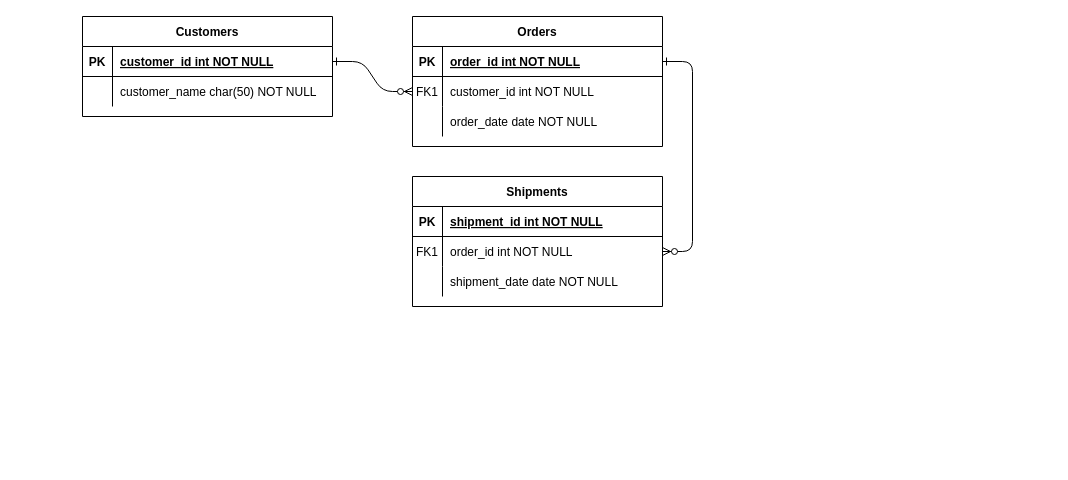
Before: Untitled Diagram.drawio in yuriykis/family_budget, a draw.io diagram. Source tidied: cells renumbered, new cells numbered last; positions are measured from the earlier drawing's top-left corner, leaving out a move shared by most shapes. Both pictures are drawn from the tidied source at 100%, with x=0, y=0 at pixel (82, 16).
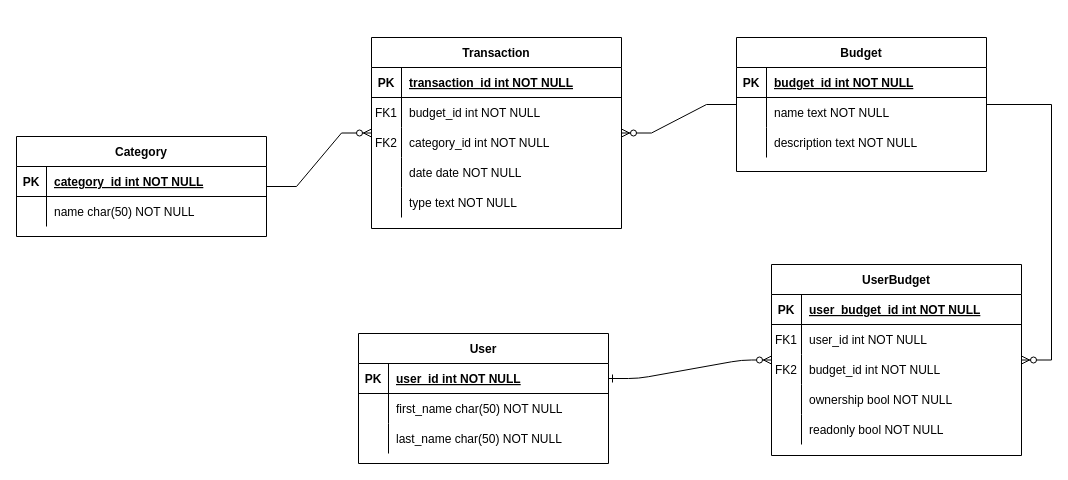
The same page after the edit.

Unchanged cells that the change refers to:
```xml
<mxCell id="5" style="shape=partialRectangle;fillColor=none;points=[[0,0.5],[1,0.5]];portConstraint=eastwest;top=0;left=0;right=0;bottom=1;" parent="4" vertex="1">
  <mxGeometry y="30" width="250" height="30" as="geometry" />
</mxCell>
<mxCell id="8" style="shape=partialRectangle;fillColor=none;points=[[0,0.5],[1,0.5]];portConstraint=eastwest;top=0;left=0;right=0;bottom=0;" parent="4" vertex="1">
  <mxGeometry y="60" width="250" height="30" as="geometry" />
</mxCell>
<mxCell id="25" style="shape=partialRectangle;fillColor=none;points=[[0,0.5],[1,0.5]];portConstraint=eastwest;top=0;left=0;right=0;bottom=1;" parent="24" vertex="1">
  <mxGeometry y="30" width="250" height="30" as="geometry" />
</mxCell>
<mxCell id="28" style="shape=partialRectangle;fillColor=none;top=0;left=0;right=0;bottom=0;" parent="24" vertex="1">
  <mxGeometry y="60" width="250" height="30" as="geometry" />
</mxCell>
```

The edit, as a diff of the source:
```diff
@@
-    <mxCell id="2" style="edgeStyle=entityRelationEdgeStyle;endArrow=ERzeroToMany;startArrow=ERone;endFill=1;startFill=0;" parent="1" edge="1" source="25" target="8">
+    <mxCell id="2" style="edgeStyle=entityRelationEdgeStyle;endArrow=ERzeroToMany;startArrow=ERone;endFill=1;startFill=0;" parent="1" edge="1" source="25" target="59">
       <mxGeometry relative="1" as="geometry" />
     </mxCell>
-    <mxCell id="3" style="edgeStyle=entityRelationEdgeStyle;endArrow=ERzeroToMany;startArrow=ERone;endFill=1;startFill=0;" parent="1" edge="1" source="5" target="18">
-      <mxGeometry relative="1" as="geometry" />
-    </mxCell>
-    <mxCell id="4" value="Orders" style="shape=table;startSize=30;childLayout=tableLayout;rowLines=0;fontStyle=1;align=center;" parent="1" vertex="1">
-      <mxGeometry x="330" width="250" height="130" as="geometry" />
+    <mxCell id="4" value="Transaction" style="shape=table;startSize=30;childLayout=tableLayout;rowLines=0;fontStyle=1;align=center;" parent="1" vertex="1">
+      <mxGeometry x="289" y="21" width="250" height="191" as="geometry" />
     </mxCell>
@@
-    <mxCell id="7" value="order_id int NOT NULL " style="shape=partialRectangle;overflow=hidden;fillColor=none;top=0;left=0;bottom=0;right=0;align=left;spacingLeft=6;fontStyle=5;" parent="5" vertex="1">
+    <mxCell id="7" value="transaction_id int NOT NULL " style="shape=partialRectangle;overflow=hidden;fillColor=none;top=0;left=0;bottom=0;right=0;align=left;spacingLeft=6;fontStyle=5;" parent="5" vertex="1">
       <mxGeometry x="30" width="220" height="30" as="geometry" />
     </mxCell>
@@
-    <mxCell id="10" value="customer_id int NOT NULL" style="shape=partialRectangle;overflow=hidden;fillColor=none;top=0;left=0;bottom=0;right=0;align=left;spacingLeft=6;" parent="8" vertex="1">
+    <mxCell id="10" value="budget_id int NOT NULL" style="shape=partialRectangle;overflow=hidden;fillColor=none;top=0;left=0;bottom=0;right=0;align=left;spacingLeft=6;" parent="8" vertex="1">
       <mxGeometry x="30" width="220" height="30" as="geometry" />
     </mxCell>
+    <mxCell id="31" style="shape=partialRectangle;fillColor=none;top=0;left=0;right=0;bottom=0;" parent="4" vertex="1">
+      <mxGeometry y="90" width="250" height="30" as="geometry" />
+    </mxCell>
+    <mxCell id="32" value="FK2" style="shape=partialRectangle;overflow=hidden;fillColor=none;top=0;left=0;bottom=0;right=0;" parent="31" vertex="1">
+      <mxGeometry width="30" height="30" as="geometry" />
+    </mxCell>
+    <mxCell id="33" value="category_id int NOT NULL" style="shape=partialRectangle;overflow=hidden;fillColor=none;top=0;left=0;bottom=0;right=0;align=left;spacingLeft=6;" parent="31" vertex="1">
+      <mxGeometry x="30" width="220" height="30" as="geometry" />
+    </mxCell>
+    <mxCell id="34" style="shape=partialRectangle;fillColor=none;top=0;left=0;right=0;bottom=0;" parent="4" vertex="1">
+      <mxGeometry y="120" width="250" height="30" as="geometry" />
+    </mxCell>
+    <mxCell id="35" style="shape=partialRectangle;overflow=hidden;fillColor=none;top=0;left=0;bottom=0;right=0;" parent="34" vertex="1">
+      <mxGeometry width="30" height="30" as="geometry" />
+    </mxCell>
+    <mxCell id="36" value="date date NOT NULL" style="shape=partialRectangle;overflow=hidden;fillColor=none;top=0;left=0;bottom=0;right=0;align=left;spacingLeft=6;" parent="34" vertex="1">
+      <mxGeometry x="30" width="220" height="30" as="geometry" />
+    </mxCell>
     <mxCell id="11" style="shape=partialRectangle;fillColor=none;top=0;left=0;right=0;bottom=0;" parent="4" vertex="1">
-      <mxGeometry y="90" width="250" height="30" as="geometry" />
+      <mxGeometry y="150" width="250" height="30" as="geometry" />
     </mxCell>
@@
-    <mxCell id="13" value="order_date date NOT NULL" style="shape=partialRectangle;overflow=hidden;fillColor=none;top=0;left=0;bottom=0;right=0;align=left;spacingLeft=6;" parent="11" vertex="1">
+    <mxCell id="13" value="type text NOT NULL" style="shape=partialRectangle;overflow=hidden;fillColor=none;top=0;left=0;bottom=0;right=0;align=left;spacingLeft=6;" parent="11" vertex="1">
       <mxGeometry x="30" width="220" height="30" as="geometry" />
     </mxCell>
-    <mxCell id="14" value="Shipments" style="shape=table;startSize=30;childLayout=tableLayout;rowLines=0;fontStyle=1;align=center;" parent="1" vertex="1">
-      <mxGeometry x="330" y="160" width="250" height="130" as="geometry" />
-    </mxCell>
-    <mxCell id="15" style="shape=partialRectangle;fillColor=none;top=0;left=0;right=0;bottom=1;" parent="14" vertex="1">
-      <mxGeometry y="30" width="250" height="30" as="geometry" />
-    </mxCell>
-    <mxCell id="16" value="PK" style="shape=partialRectangle;overflow=hidden;fillColor=none;top=0;left=0;bottom=0;right=0;fontStyle=1;" parent="15" vertex="1">
-      <mxGeometry width="30" height="30" as="geometry" />
-    </mxCell>
-    <mxCell id="17" value="shipment_id int NOT NULL " style="shape=partialRectangle;overflow=hidden;fillColor=none;top=0;left=0;bottom=0;right=0;align=left;spacingLeft=6;fontStyle=5;" parent="15" vertex="1">
-      <mxGeometry x="30" width="220" height="30" as="geometry" />
-    </mxCell>
-    <mxCell id="18" style="shape=partialRectangle;fillColor=none;points=[[0,0.5],[1,0.5]];portConstraint=eastwest;top=0;left=0;right=0;bottom=0;" parent="14" vertex="1">
-      <mxGeometry y="60" width="250" height="30" as="geometry" />
-    </mxCell>
-    <mxCell id="19" value="FK1" style="shape=partialRectangle;overflow=hidden;fillColor=none;top=0;left=0;bottom=0;right=0;" parent="18" vertex="1">
-      <mxGeometry width="30" height="30" as="geometry" />
-    </mxCell>
-    <mxCell id="20" value="order_id int NOT NULL" style="shape=partialRectangle;overflow=hidden;fillColor=none;top=0;left=0;bottom=0;right=0;align=left;spacingLeft=6;" parent="18" vertex="1">
-      <mxGeometry x="30" width="220" height="30" as="geometry" />
-    </mxCell>
-    <mxCell id="21" style="shape=partialRectangle;fillColor=none;top=0;left=0;right=0;bottom=0;" parent="14" vertex="1">
-      <mxGeometry y="90" width="250" height="30" as="geometry" />
-    </mxCell>
-    <mxCell id="22" style="shape=partialRectangle;overflow=hidden;fillColor=none;top=0;left=0;bottom=0;right=0;" parent="21" vertex="1">
-      <mxGeometry width="30" height="30" as="geometry" />
-    </mxCell>
-    <mxCell id="23" value="shipment_date date NOT NULL" style="shape=partialRectangle;overflow=hidden;fillColor=none;top=0;left=0;bottom=0;right=0;align=left;spacingLeft=6;" parent="21" vertex="1">
-      <mxGeometry x="30" width="220" height="30" as="geometry" />
-    </mxCell>
-    <mxCell id="24" value="Customers" style="shape=table;startSize=30;childLayout=tableLayout;rowLines=0;fontStyle=1;align=center;" parent="1" vertex="1">
-      <mxGeometry width="250" height="100" as="geometry" />
+    <mxCell id="24" value="User" style="shape=table;startSize=30;childLayout=tableLayout;rowLines=0;fontStyle=1;align=center;" parent="1" vertex="1">
+      <mxGeometry x="276" y="317" width="250" height="130" as="geometry" />
     </mxCell>
@@
-    <mxCell id="27" value="customer_id int NOT NULL " style="shape=partialRectangle;overflow=hidden;fillColor=none;top=0;left=0;bottom=0;right=0;align=left;spacingLeft=6;fontStyle=5;" parent="25" vertex="1">
+    <mxCell id="27" value="user_id int NOT NULL " style="shape=partialRectangle;overflow=hidden;fillColor=none;top=0;left=0;bottom=0;right=0;align=left;spacingLeft=6;fontStyle=5;" parent="25" vertex="1">
       <mxGeometry x="30" width="220" height="30" as="geometry" />
     </mxCell>
@@
-    <mxCell id="30" value="customer_name char(50) NOT NULL" style="shape=partialRectangle;overflow=hidden;fillColor=none;top=0;left=0;bottom=0;right=0;align=left;spacingLeft=6;" parent="28" vertex="1">
+    <mxCell id="30" value="first_name char(50) NOT NULL" style="shape=partialRectangle;overflow=hidden;fillColor=none;top=0;left=0;bottom=0;right=0;align=left;spacingLeft=6;" parent="28" vertex="1">
       <mxGeometry x="30" width="220" height="30" as="geometry" />
     </mxCell>
+    <mxCell id="37" style="shape=partialRectangle;fillColor=none;top=0;left=0;right=0;bottom=0;" parent="24" vertex="1">
+      <mxGeometry y="90" width="250" height="30" as="geometry" />
+    </mxCell>
+    <mxCell id="38" style="shape=partialRectangle;overflow=hidden;fillColor=none;top=0;left=0;bottom=0;right=0;" parent="37" vertex="1">
+      <mxGeometry width="30" height="30" as="geometry" />
+    </mxCell>
+    <mxCell id="39" value="last_name char(50) NOT NULL" style="shape=partialRectangle;overflow=hidden;fillColor=none;top=0;left=0;bottom=0;right=0;align=left;spacingLeft=6;" parent="37" vertex="1">
+      <mxGeometry x="30" width="220" height="30" as="geometry" />
+    </mxCell>
+    <mxCell id="40" value="Category" style="shape=table;startSize=30;childLayout=tableLayout;rowLines=0;fontStyle=1;align=center;" parent="1" vertex="1">
+      <mxGeometry x="-66" y="120" width="250" height="100" as="geometry" />
+    </mxCell>
+    <mxCell id="41" style="shape=partialRectangle;fillColor=none;top=0;left=0;right=0;bottom=1;" parent="40" vertex="1">
+      <mxGeometry y="30" width="250" height="30" as="geometry" />
+    </mxCell>
+    <mxCell id="42" value="PK" style="shape=partialRectangle;overflow=hidden;fillColor=none;top=0;left=0;bottom=0;right=0;fontStyle=1;" parent="41" vertex="1">
+      <mxGeometry width="30" height="30" as="geometry" />
+    </mxCell>
+    <mxCell id="43" value="category_id int NOT NULL " style="shape=partialRectangle;overflow=hidden;fillColor=none;top=0;left=0;bottom=0;right=0;align=left;spacingLeft=6;fontStyle=5;" parent="41" vertex="1">
+      <mxGeometry x="30" width="220" height="30" as="geometry" />
+    </mxCell>
+    <mxCell id="44" style="shape=partialRectangle;fillColor=none;top=0;left=0;right=0;bottom=0;" parent="40" vertex="1">
+      <mxGeometry y="60" width="250" height="30" as="geometry" />
+    </mxCell>
+    <mxCell id="45" style="shape=partialRectangle;overflow=hidden;fillColor=none;top=0;left=0;bottom=0;right=0;" parent="44" vertex="1">
+      <mxGeometry width="30" height="30" as="geometry" />
+    </mxCell>
+    <mxCell id="46" value="name char(50) NOT NULL" style="shape=partialRectangle;overflow=hidden;fillColor=none;top=0;left=0;bottom=0;right=0;align=left;spacingLeft=6;" parent="44" vertex="1">
+      <mxGeometry x="30" width="220" height="30" as="geometry" />
+    </mxCell>
+    <mxCell id="47" style="edgeStyle=entityRelationEdgeStyle;fontSize=12;html=1;endArrow=ERzeroToMany;endFill=1;rounded=0;strokeColor=default;" parent="1" edge="1" source="40" target="4">
+      <mxGeometry relative="1" as="geometry" />
+    </mxCell>
+    <mxCell id="48" value="Budget" style="shape=table;startSize=30;childLayout=tableLayout;rowLines=0;fontStyle=1;align=center;" parent="1" vertex="1">
+      <mxGeometry x="654" y="21" width="250" height="134" as="geometry" />
+    </mxCell>
+    <mxCell id="49" style="shape=partialRectangle;fillColor=none;top=0;left=0;right=0;bottom=1;" parent="48" vertex="1">
+      <mxGeometry y="30" width="250" height="30" as="geometry" />
+    </mxCell>
+    <mxCell id="50" value="PK" style="shape=partialRectangle;overflow=hidden;fillColor=none;top=0;left=0;bottom=0;right=0;fontStyle=1;" parent="49" vertex="1">
+      <mxGeometry width="30" height="30" as="geometry" />
+    </mxCell>
+    <mxCell id="51" value="budget_id int NOT NULL " style="shape=partialRectangle;overflow=hidden;fillColor=none;top=0;left=0;bottom=0;right=0;align=left;spacingLeft=6;fontStyle=5;" parent="49" vertex="1">
+      <mxGeometry x="30" width="220" height="30" as="geometry" />
+    </mxCell>
+    <mxCell id="52" style="shape=partialRectangle;fillColor=none;top=0;left=0;right=0;bottom=0;" parent="48" vertex="1">
+      <mxGeometry y="60" width="250" height="30" as="geometry" />
+    </mxCell>
+    <mxCell id="53" style="shape=partialRectangle;overflow=hidden;fillColor=none;top=0;left=0;bottom=0;right=0;" parent="52" vertex="1">
+      <mxGeometry width="30" height="30" as="geometry" />
+    </mxCell>
+    <mxCell id="54" value="name text NOT NULL" style="shape=partialRectangle;overflow=hidden;fillColor=none;top=0;left=0;bottom=0;right=0;align=left;spacingLeft=6;" parent="52" vertex="1">
+      <mxGeometry x="30" width="220" height="30" as="geometry" />
+    </mxCell>
+    <mxCell id="55" style="shape=partialRectangle;fillColor=none;top=0;left=0;right=0;bottom=0;" parent="48" vertex="1">
+      <mxGeometry y="90" width="250" height="30" as="geometry" />
+    </mxCell>
+    <mxCell id="56" style="shape=partialRectangle;overflow=hidden;fillColor=none;top=0;left=0;bottom=0;right=0;" parent="55" vertex="1">
+      <mxGeometry width="30" height="30" as="geometry" />
+    </mxCell>
+    <mxCell id="57" value="description text NOT NULL" style="shape=partialRectangle;overflow=hidden;fillColor=none;top=0;left=0;bottom=0;right=0;align=left;spacingLeft=6;" parent="55" vertex="1">
+      <mxGeometry x="30" width="220" height="30" as="geometry" />
+    </mxCell>
+    <mxCell id="58" style="edgeStyle=entityRelationEdgeStyle;fontSize=12;html=1;endArrow=ERzeroToMany;endFill=1;rounded=0;strokeColor=default;endSize=6;" parent="1" edge="1" source="48" target="4">
+      <mxGeometry relative="1" as="geometry" />
+    </mxCell>
+    <mxCell id="59" value="UserBudget" style="shape=table;startSize=30;childLayout=tableLayout;rowLines=0;fontStyle=1;align=center;" parent="1" vertex="1">
+      <mxGeometry x="689" y="248" width="250" height="191" as="geometry" />
+    </mxCell>
+    <mxCell id="60" style="shape=partialRectangle;fillColor=none;top=0;left=0;right=0;bottom=1;" parent="59" vertex="1">
+      <mxGeometry y="30" width="250" height="30" as="geometry" />
+    </mxCell>
+    <mxCell id="61" value="PK" style="shape=partialRectangle;overflow=hidden;fillColor=none;top=0;left=0;bottom=0;right=0;fontStyle=1;" parent="60" vertex="1">
+      <mxGeometry width="30" height="30" as="geometry" />
+    </mxCell>
+    <mxCell id="62" value="user_budget_id int NOT NULL " style="shape=partialRectangle;overflow=hidden;fillColor=none;top=0;left=0;bottom=0;right=0;align=left;spacingLeft=6;fontStyle=5;" parent="60" vertex="1">
+      <mxGeometry x="30" width="220" height="30" as="geometry" />
+    </mxCell>
+    <mxCell id="63" style="shape=partialRectangle;fillColor=none;top=0;left=0;right=0;bottom=0;" parent="59" vertex="1">
+      <mxGeometry y="60" width="250" height="30" as="geometry" />
+    </mxCell>
+    <mxCell id="19" value="FK1" style="shape=partialRectangle;overflow=hidden;fillColor=none;top=0;left=0;bottom=0;right=0;" parent="63" vertex="1">
+      <mxGeometry width="30" height="30" as="geometry" />
+    </mxCell>
+    <mxCell id="64" value="user_id int NOT NULL" style="shape=partialRectangle;overflow=hidden;fillColor=none;top=0;left=0;bottom=0;right=0;align=left;spacingLeft=6;" parent="63" vertex="1">
+      <mxGeometry x="30" width="220" height="30" as="geometry" />
+    </mxCell>
+    <mxCell id="65" style="shape=partialRectangle;fillColor=none;top=0;left=0;right=0;bottom=0;" parent="59" vertex="1">
+      <mxGeometry y="90" width="250" height="30" as="geometry" />
+    </mxCell>
+    <mxCell id="66" value="FK2" style="shape=partialRectangle;overflow=hidden;fillColor=none;top=0;left=0;bottom=0;right=0;" parent="65" vertex="1">
+      <mxGeometry width="30" height="30" as="geometry" />
+    </mxCell>
+    <mxCell id="67" value="budget_id int NOT NULL" style="shape=partialRectangle;overflow=hidden;fillColor=none;top=0;left=0;bottom=0;right=0;align=left;spacingLeft=6;" parent="65" vertex="1">
+      <mxGeometry x="30" width="220" height="30" as="geometry" />
+    </mxCell>
+    <mxCell id="68" style="shape=partialRectangle;fillColor=none;top=0;left=0;right=0;bottom=0;" parent="59" vertex="1">
+      <mxGeometry y="120" width="250" height="30" as="geometry" />
+    </mxCell>
+    <mxCell id="69" style="shape=partialRectangle;overflow=hidden;fillColor=none;top=0;left=0;bottom=0;right=0;" parent="68" vertex="1">
+      <mxGeometry width="30" height="30" as="geometry" />
+    </mxCell>
+    <mxCell id="70" value="ownership bool NOT NULL" style="shape=partialRectangle;overflow=hidden;fillColor=none;top=0;left=0;bottom=0;right=0;align=left;spacingLeft=6;" parent="68" vertex="1">
+      <mxGeometry x="30" width="220" height="30" as="geometry" />
+    </mxCell>
+    <mxCell id="71" style="shape=partialRectangle;fillColor=none;top=0;left=0;right=0;bottom=0;" parent="59" vertex="1">
+      <mxGeometry y="150" width="250" height="30" as="geometry" />
+    </mxCell>
+    <mxCell id="72" style="shape=partialRectangle;overflow=hidden;fillColor=none;top=0;left=0;bottom=0;right=0;" parent="71" vertex="1">
+      <mxGeometry width="30" height="30" as="geometry" />
+    </mxCell>
+    <mxCell id="73" value="readonly bool NOT NULL" style="shape=partialRectangle;overflow=hidden;fillColor=none;top=0;left=0;bottom=0;right=0;align=left;spacingLeft=6;" parent="71" vertex="1">
+      <mxGeometry x="30" width="220" height="30" as="geometry" />
+    </mxCell>
+    <mxCell id="74" style="edgeStyle=entityRelationEdgeStyle;fontSize=12;html=1;endArrow=ERzeroToMany;endFill=1;rounded=0;strokeColor=default;endSize=6;" parent="1" edge="1" source="48" target="59">
+      <mxGeometry relative="1" as="geometry" />
+    </mxCell>
```
